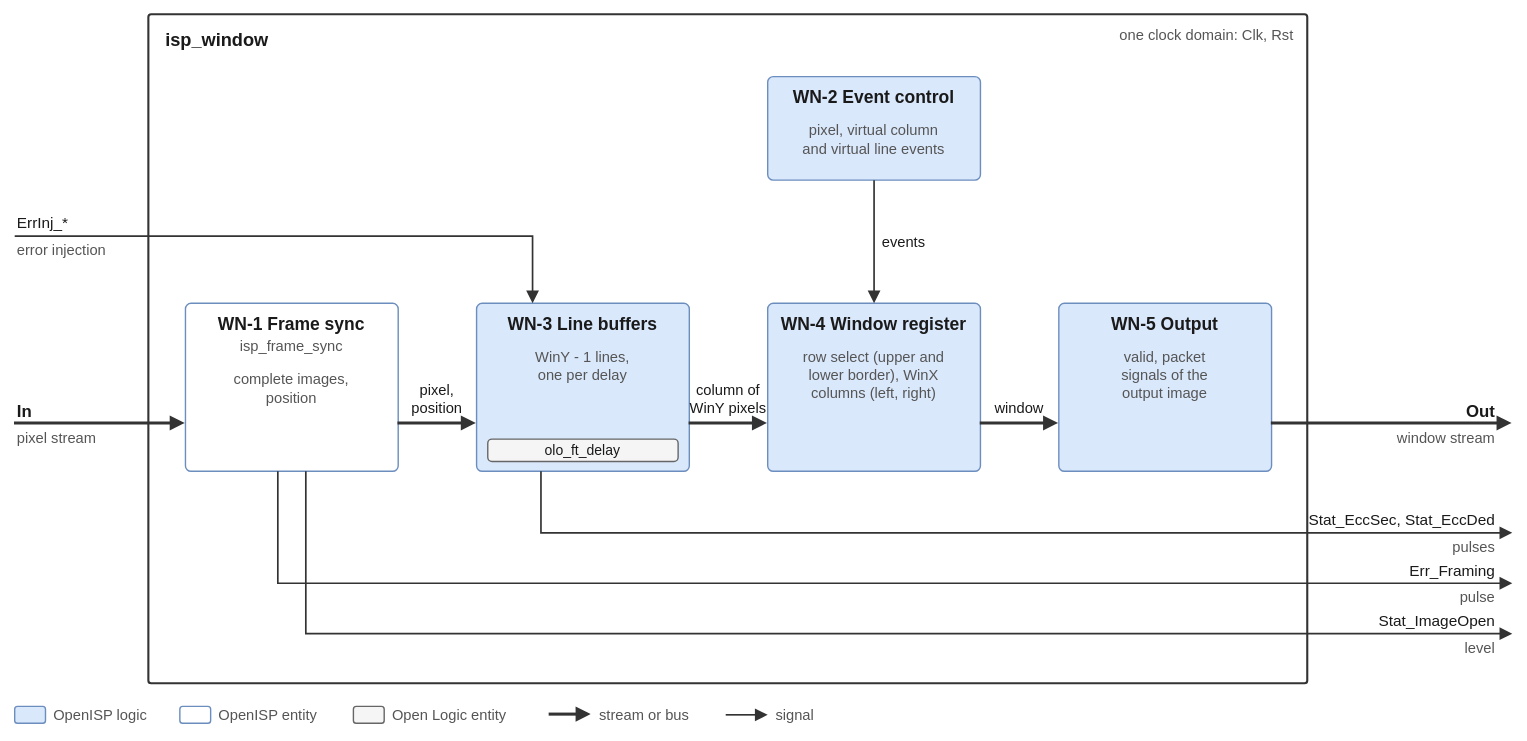
Before: hdl/isp_window/docs/img/isp_window_arch.drawio.svg, a diagram exported from draw.io (open-space-hdl/openisp). Source tidied: cells renumbered, new cells last; positions are measured from the earlier drawing's top-left corner, leaving out a move shared by most shapes.
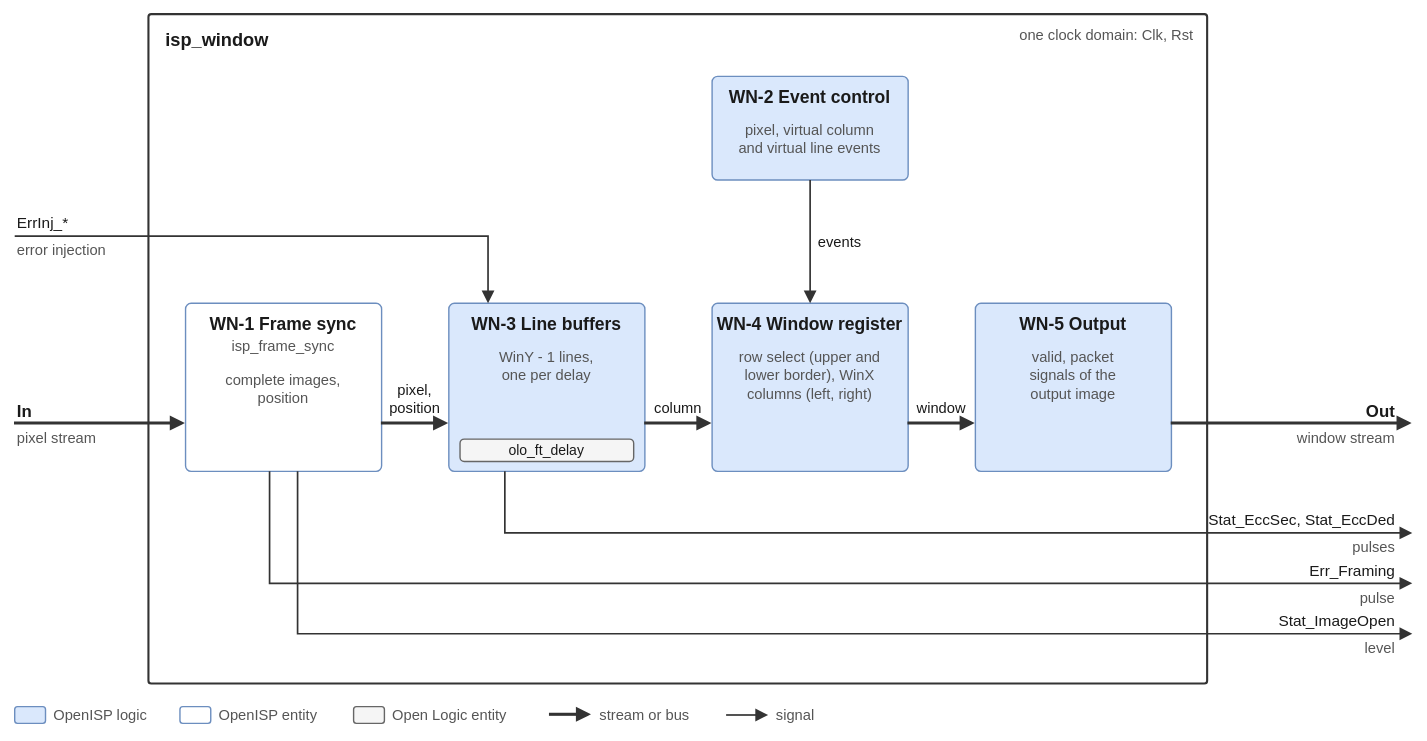
After the change.

The edit, as a diff of the source:
```diff
@@ -3,55 +3,55 @@
     <mxCell id="0" />
     <mxCell id="1" parent="0" />
     <mxCell id="2" style="rounded=0;html=0;fillColor=#ffffff;strokeColor=none;" parent="1" vertex="1">
-      <mxGeometry width="1090" height="528" as="geometry" />
+      <mxGeometry width="1018" height="528" as="geometry" />
     </mxCell>
     <mxCell id="3" value="isp_window" style="rounded=1;arcSize=4;absoluteArcSize=1;html=0;fillColor=#ffffff;strokeColor=#333333;strokeWidth=1.5;fontFamily=Helvetica;fontSize=13;fontStyle=1;fontColor=#1a1a1a;align=left;verticalAlign=top;spacingLeft=10;spacingTop=4;" parent="1" vertex="1">
-      <mxGeometry x="106" y="10" width="828" height="478" as="geometry" />
+      <mxGeometry x="106" y="10" width="756" height="478" as="geometry" />
     </mxCell>
     <mxCell id="4" value="one clock domain: Clk, Rst" style="text;html=0;fontFamily=Helvetica;fontSize=10.5;fontColor=#555555;align=right;verticalAlign=middle;fontStyle=0;spacing=0;whiteSpace=nowrap;" parent="1" vertex="1">
-      <mxGeometry x="724" y="16" width="200" height="16" as="geometry" />
+      <mxGeometry x="652" y="16" width="200" height="16" as="geometry" />
     </mxCell>
     <mxCell id="5" style="rounded=1;arcSize=8;absoluteArcSize=1;html=0;fillColor=#ffffff;strokeColor=#6c8ebf;" parent="1" vertex="1">
-      <mxGeometry x="132" y="216" width="152" height="120" as="geometry" />
+      <mxGeometry x="132" y="216" width="140" height="120" as="geometry" />
     </mxCell>
     <mxCell id="6" value="WN-1 Frame sync" style="text;html=0;fontFamily=Helvetica;fontSize=12.5;fontColor=#1a1a1a;align=center;verticalAlign=middle;fontStyle=1;spacing=0;whiteSpace=nowrap;" parent="5" vertex="1">
-      <mxGeometry y="6" width="152" height="16" as="geometry" />
+      <mxGeometry y="6" width="140" height="16" as="geometry" />
     </mxCell>
     <mxCell id="7" value="isp_frame_sync" style="text;html=0;fontFamily=Helvetica;fontSize=10.5;fontColor=#555555;align=center;verticalAlign=middle;fontStyle=0;spacing=0;whiteSpace=nowrap;" parent="5" vertex="1">
-      <mxGeometry y="23" width="152" height="14" as="geometry" />
+      <mxGeometry y="23" width="140" height="14" as="geometry" />
     </mxCell>
     <mxCell id="8" value="complete images,&#10;position" style="text;html=0;fontFamily=Helvetica;fontSize=10.5;fontColor=#555555;align=center;verticalAlign=top;fontStyle=0;spacing=0;whiteSpace=nowrap;" parent="5" vertex="1">
-      <mxGeometry y="44" width="152" height="28" as="geometry" />
+      <mxGeometry y="44" width="140" height="28" as="geometry" />
     </mxCell>
     <mxCell id="9" style="rounded=1;arcSize=8;absoluteArcSize=1;html=0;fillColor=#dae8fc;strokeColor=#6c8ebf;" parent="1" vertex="1">
-      <mxGeometry x="340" y="216" width="152" height="120" as="geometry" />
+      <mxGeometry x="320" y="216" width="140" height="120" as="geometry" />
     </mxCell>
     <mxCell id="10" value="WN-3 Line buffers" style="text;html=0;fontFamily=Helvetica;fontSize=12.5;fontColor=#1a1a1a;align=center;verticalAlign=middle;fontStyle=1;spacing=0;whiteSpace=nowrap;" parent="9" vertex="1">
-      <mxGeometry y="6" width="152" height="16" as="geometry" />
+      <mxGeometry y="6" width="140" height="16" as="geometry" />
     </mxCell>
     <mxCell id="11" value="WinY - 1 lines,&#10;one per delay" style="text;html=0;fontFamily=Helvetica;fontSize=10.5;fontColor=#555555;align=center;verticalAlign=top;fontStyle=0;spacing=0;whiteSpace=nowrap;" parent="9" vertex="1">
-      <mxGeometry y="28" width="152" height="28" as="geometry" />
+      <mxGeometry y="28" width="140" height="28" as="geometry" />
     </mxCell>
     <mxCell id="12" value="olo_ft_delay" style="rounded=1;arcSize=6;absoluteArcSize=1;html=0;fillColor=#f5f5f5;strokeColor=#666666;fontFamily=Helvetica;fontSize=10;fontColor=#1a1a1a;align=center;verticalAlign=middle;spacing=0;" parent="9" vertex="1">
-      <mxGeometry x="8" y="97" width="136" height="16" as="geometry" />
+      <mxGeometry x="8" y="97" width="124" height="16" as="geometry" />
     </mxCell>
     <mxCell id="13" style="rounded=1;arcSize=8;absoluteArcSize=1;html=0;fillColor=#dae8fc;strokeColor=#6c8ebf;" parent="1" vertex="1">
-      <mxGeometry x="548" y="216" width="152" height="120" as="geometry" />
+      <mxGeometry x="508" y="216" width="140" height="120" as="geometry" />
     </mxCell>
     <mxCell id="14" value="WN-4 Window register" style="text;html=0;fontFamily=Helvetica;fontSize=12.5;fontColor=#1a1a1a;align=center;verticalAlign=middle;fontStyle=1;spacing=0;whiteSpace=nowrap;" parent="13" vertex="1">
-      <mxGeometry y="6" width="152" height="16" as="geometry" />
+      <mxGeometry y="6" width="140" height="16" as="geometry" />
     </mxCell>
     <mxCell id="15" value="row select (upper and&#10;lower border), WinX&#10;columns (left, right)" style="text;html=0;fontFamily=Helvetica;fontSize=10.5;fontColor=#555555;align=center;verticalAlign=top;fontStyle=0;spacing=0;whiteSpace=nowrap;" parent="13" vertex="1">
-      <mxGeometry y="28" width="152" height="42" as="geometry" />
+      <mxGeometry y="28" width="140" height="42" as="geometry" />
     </mxCell>
     <mxCell id="16" style="rounded=1;arcSize=8;absoluteArcSize=1;html=0;fillColor=#dae8fc;strokeColor=#6c8ebf;" parent="1" vertex="1">
-      <mxGeometry x="756" y="216" width="152" height="120" as="geometry" />
+      <mxGeometry x="696" y="216" width="140" height="120" as="geometry" />
     </mxCell>
     <mxCell id="17" value="WN-5 Output" style="text;html=0;fontFamily=Helvetica;fontSize=12.5;fontColor=#1a1a1a;align=center;verticalAlign=middle;fontStyle=1;spacing=0;whiteSpace=nowrap;" parent="16" vertex="1">
-      <mxGeometry y="6" width="152" height="16" as="geometry" />
+      <mxGeometry y="6" width="140" height="16" as="geometry" />
     </mxCell>
     <mxCell id="18" value="valid, packet&#10;signals of the&#10;output image" style="text;html=0;fontFamily=Helvetica;fontSize=10.5;fontColor=#555555;align=center;verticalAlign=top;fontStyle=0;spacing=0;whiteSpace=nowrap;" parent="16" vertex="1">
-      <mxGeometry y="28" width="152" height="42" as="geometry" />
+      <mxGeometry y="28" width="140" height="42" as="geometry" />
     </mxCell>
     <mxCell id="19" style="html=0;rounded=0;edgeStyle=none;strokeColor=#333333;strokeWidth=2.2;endArrow=block;endFill=1;endSize=5;startArrow=none;startFill=1;startSize=5;fontFamily=Helvetica;fontSize=10.5;fontColor=#1a1a1a;labelBackgroundColor=#ffffff;entryX=0.0000;entryY=0.7167;entryDx=0;entryDy=0;entryPerimeter=0;" parent="1" edge="1" target="5">
       <mxGeometry relative="1" as="geometry">
@@ -68,51 +68,51 @@
       <mxGeometry relative="1" as="geometry" />
     </mxCell>
     <mxCell id="23" value="pixel,&#10;position" style="text;html=0;fontFamily=Helvetica;fontSize=10.5;fontColor=#1a1a1a;align=center;verticalAlign=bottom;fontStyle=0;spacing=0;whiteSpace=nowrap;" parent="1" vertex="1">
-      <mxGeometry x="285.5" y="271" width="53" height="27" as="geometry" />
+      <mxGeometry x="269.5" y="271" width="53" height="27" as="geometry" />
     </mxCell>
     <mxCell id="24" style="html=0;rounded=0;edgeStyle=none;strokeColor=#333333;strokeWidth=2.2;endArrow=block;endFill=1;endSize=5;startArrow=none;startFill=1;startSize=5;fontFamily=Helvetica;fontSize=10.5;fontColor=#1a1a1a;labelBackgroundColor=#ffffff;exitX=1.0000;exitY=0.7167;exitDx=0;exitDy=0;exitPerimeter=0;entryX=0.0000;entryY=0.7167;entryDx=0;entryDy=0;entryPerimeter=0;" parent="1" edge="1" source="9" target="13">
       <mxGeometry relative="1" as="geometry" />
     </mxCell>
-    <mxCell id="25" value="column of&#10;WinY pixels" style="text;html=0;fontFamily=Helvetica;fontSize=10.5;fontColor=#1a1a1a;align=center;verticalAlign=bottom;fontStyle=0;spacing=0;whiteSpace=nowrap;" parent="1" vertex="1">
-      <mxGeometry x="484.5" y="271" width="71" height="27" as="geometry" />
+    <mxCell id="25" value="column" style="text;html=0;fontFamily=Helvetica;fontSize=10.5;fontColor=#1a1a1a;align=center;verticalAlign=bottom;fontStyle=0;spacing=0;whiteSpace=nowrap;" parent="1" vertex="1">
+      <mxGeometry x="463.5" y="284" width="41" height="14" as="geometry" />
     </mxCell>
     <mxCell id="26" style="html=0;rounded=0;edgeStyle=none;strokeColor=#333333;strokeWidth=2.2;endArrow=block;endFill=1;endSize=5;startArrow=none;startFill=1;startSize=5;fontFamily=Helvetica;fontSize=10.5;fontColor=#1a1a1a;labelBackgroundColor=#ffffff;exitX=1.0000;exitY=0.7167;exitDx=0;exitDy=0;exitPerimeter=0;entryX=0.0000;entryY=0.7167;entryDx=0;entryDy=0;entryPerimeter=0;" parent="1" edge="1" source="13" target="16">
       <mxGeometry relative="1" as="geometry" />
     </mxCell>
     <mxCell id="27" value="window" style="text;html=0;fontFamily=Helvetica;fontSize=10.5;fontColor=#1a1a1a;align=center;verticalAlign=bottom;fontStyle=0;spacing=0;whiteSpace=nowrap;" parent="1" vertex="1">
-      <mxGeometry x="707.5" y="284" width="41" height="14" as="geometry" />
+      <mxGeometry x="651.5" y="284" width="41" height="14" as="geometry" />
     </mxCell>
     <mxCell id="28" style="html=0;rounded=0;edgeStyle=none;strokeColor=#333333;strokeWidth=2.2;endArrow=block;endFill=1;endSize=5;startArrow=none;startFill=1;startSize=5;fontFamily=Helvetica;fontSize=10.5;fontColor=#1a1a1a;labelBackgroundColor=#ffffff;exitX=1.0000;exitY=0.7167;exitDx=0;exitDy=0;exitPerimeter=0;" parent="1" edge="1" source="16">
       <mxGeometry relative="1" as="geometry">
-        <mxPoint x="1080" y="302" as="targetPoint" />
+        <mxPoint x="1008" y="302" as="targetPoint" />
       </mxGeometry>
     </mxCell>
     <mxCell id="29" value="Out" style="text;html=0;fontFamily=Helvetica;fontSize=12;fontColor=#1a1a1a;align=right;verticalAlign=middle;fontStyle=1;spacing=0;whiteSpace=nowrap;" parent="1" vertex="1">
-      <mxGeometry x="940" y="285" width="128" height="15" as="geometry" />
+      <mxGeometry x="868" y="285" width="128" height="15" as="geometry" />
     </mxCell>
     <mxCell id="30" value="window stream" style="text;html=0;fontFamily=Helvetica;fontSize=10.5;fontColor=#555555;align=right;verticalAlign=middle;fontStyle=0;spacing=0;whiteSpace=nowrap;" parent="1" vertex="1">
-      <mxGeometry x="940" y="305" width="128" height="14" as="geometry" />
+      <mxGeometry x="868" y="305" width="128" height="14" as="geometry" />
     </mxCell>
     <mxCell id="31" style="rounded=1;arcSize=8;absoluteArcSize=1;html=0;fillColor=#dae8fc;strokeColor=#6c8ebf;" parent="1" vertex="1">
-      <mxGeometry x="548" y="54" width="152" height="74" as="geometry" />
+      <mxGeometry x="508" y="54" width="140" height="74" as="geometry" />
     </mxCell>
     <mxCell id="32" value="WN-2 Event control" style="text;html=0;fontFamily=Helvetica;fontSize=12.5;fontColor=#1a1a1a;align=center;verticalAlign=middle;fontStyle=1;spacing=0;whiteSpace=nowrap;" parent="31" vertex="1">
-      <mxGeometry y="6" width="152" height="16" as="geometry" />
+      <mxGeometry y="6" width="140" height="16" as="geometry" />
     </mxCell>
     <mxCell id="33" value="pixel, virtual column&#10;and virtual line events" style="text;html=0;fontFamily=Helvetica;fontSize=10.5;fontColor=#555555;align=center;verticalAlign=top;fontStyle=0;spacing=0;whiteSpace=nowrap;" parent="31" vertex="1">
-      <mxGeometry y="28" width="152" height="28" as="geometry" />
+      <mxGeometry y="28" width="140" height="28" as="geometry" />
     </mxCell>
     <mxCell id="34" style="html=0;rounded=0;edgeStyle=none;strokeColor=#333333;strokeWidth=1.2;endArrow=block;endFill=1;endSize=6;startArrow=none;startFill=1;startSize=6;fontFamily=Helvetica;fontSize=10.5;fontColor=#1a1a1a;labelBackgroundColor=#ffffff;exitX=0.5000;exitY=1.0000;exitDx=0;exitDy=0;exitPerimeter=0;entryX=0.5000;entryY=0.0000;entryDx=0;entryDy=0;entryPerimeter=0;" parent="1" edge="1" source="31" target="13">
       <mxGeometry relative="1" as="geometry" />
     </mxCell>
     <mxCell id="35" value="events" style="text;html=0;fontFamily=Helvetica;fontSize=10.5;fontColor=#1a1a1a;align=left;verticalAlign=middle;fontStyle=0;spacing=0;whiteSpace=nowrap;" parent="1" vertex="1">
-      <mxGeometry x="630" y="165" width="41" height="14" as="geometry" />
+      <mxGeometry x="584" y="165" width="41" height="14" as="geometry" />
     </mxCell>
-    <mxCell id="36" style="html=0;rounded=0;edgeStyle=none;strokeColor=#333333;strokeWidth=1.2;endArrow=block;endFill=1;endSize=6;startArrow=none;startFill=1;startSize=6;fontFamily=Helvetica;fontSize=10.5;fontColor=#1a1a1a;labelBackgroundColor=#ffffff;entryX=0.2632;entryY=0.0000;entryDx=0;entryDy=0;entryPerimeter=0;" parent="1" edge="1" target="9">
+    <mxCell id="36" style="html=0;rounded=0;edgeStyle=none;strokeColor=#333333;strokeWidth=1.2;endArrow=block;endFill=1;endSize=6;startArrow=none;startFill=1;startSize=6;fontFamily=Helvetica;fontSize=10.5;fontColor=#1a1a1a;labelBackgroundColor=#ffffff;entryX=0.2000;entryY=0.0000;entryDx=0;entryDy=0;entryPerimeter=0;" parent="1" edge="1" target="9">
       <mxGeometry relative="1" as="geometry">
         <mxPoint x="10" y="168" as="sourcePoint" />
         <Array as="points">
-          <mxPoint x="380" y="168" />
+          <mxPoint x="348" y="168" />
         </Array>
       </mxGeometry>
     </mxCell>
@@ -122,47 +122,47 @@
     <mxCell id="38" value="error injection" style="text;html=0;fontFamily=Helvetica;fontSize=10.5;fontColor=#555555;align=left;verticalAlign=middle;fontStyle=0;spacing=0;whiteSpace=nowrap;" parent="1" vertex="1">
       <mxGeometry x="12" y="171" width="88" height="14" as="geometry" />
     </mxCell>
-    <mxCell id="39" style="html=0;rounded=0;edgeStyle=none;strokeColor=#333333;strokeWidth=1.2;endArrow=block;endFill=1;endSize=6;startArrow=none;startFill=1;startSize=6;fontFamily=Helvetica;fontSize=10.5;fontColor=#1a1a1a;labelBackgroundColor=#ffffff;exitX=0.3026;exitY=1.0000;exitDx=0;exitDy=0;exitPerimeter=0;" parent="1" edge="1" source="9">
+    <mxCell id="39" style="html=0;rounded=0;edgeStyle=none;strokeColor=#333333;strokeWidth=1.2;endArrow=block;endFill=1;endSize=6;startArrow=none;startFill=1;startSize=6;fontFamily=Helvetica;fontSize=10.5;fontColor=#1a1a1a;labelBackgroundColor=#ffffff;exitX=0.2857;exitY=1.0000;exitDx=0;exitDy=0;exitPerimeter=0;" parent="1" edge="1" source="9">
       <mxGeometry relative="1" as="geometry">
-        <mxPoint x="1080" y="380" as="targetPoint" />
+        <mxPoint x="1008" y="380" as="targetPoint" />
         <Array as="points">
-          <mxPoint x="386" y="380" />
+          <mxPoint x="360" y="380" />
         </Array>
       </mxGeometry>
     </mxCell>
     <mxCell id="40" value="Stat_EccSec, Stat_EccDed" style="text;html=0;fontFamily=Helvetica;fontSize=11;fontColor=#1a1a1a;align=right;verticalAlign=middle;fontStyle=0;spacing=0;whiteSpace=nowrap;" parent="1" vertex="1">
-      <mxGeometry x="940" y="363" width="128" height="15" as="geometry" />
+      <mxGeometry x="868" y="363" width="128" height="15" as="geometry" />
     </mxCell>
     <mxCell id="41" value="pulses" style="text;html=0;fontFamily=Helvetica;fontSize=10.5;fontColor=#555555;align=right;verticalAlign=middle;fontStyle=0;spacing=0;whiteSpace=nowrap;" parent="1" vertex="1">
-      <mxGeometry x="940" y="383" width="128" height="14" as="geometry" />
+      <mxGeometry x="868" y="383" width="128" height="14" as="geometry" />
     </mxCell>
-    <mxCell id="42" style="html=0;rounded=0;edgeStyle=none;strokeColor=#333333;strokeWidth=1.2;endArrow=block;endFill=1;endSize=6;startArrow=none;startFill=1;startSize=6;fontFamily=Helvetica;fontSize=10.5;fontColor=#1a1a1a;labelBackgroundColor=#ffffff;exitX=0.4342;exitY=1.0000;exitDx=0;exitDy=0;exitPerimeter=0;" parent="1" edge="1" source="5">
+    <mxCell id="42" style="html=0;rounded=0;edgeStyle=none;strokeColor=#333333;strokeWidth=1.2;endArrow=block;endFill=1;endSize=6;startArrow=none;startFill=1;startSize=6;fontFamily=Helvetica;fontSize=10.5;fontColor=#1a1a1a;labelBackgroundColor=#ffffff;exitX=0.4286;exitY=1.0000;exitDx=0;exitDy=0;exitPerimeter=0;" parent="1" edge="1" source="5">
       <mxGeometry relative="1" as="geometry">
-        <mxPoint x="1080" y="416" as="targetPoint" />
+        <mxPoint x="1008" y="416" as="targetPoint" />
         <Array as="points">
-          <mxPoint x="198" y="416" />
+          <mxPoint x="192" y="416" />
         </Array>
       </mxGeometry>
     </mxCell>
     <mxCell id="43" value="Err_Framing" style="text;html=0;fontFamily=Helvetica;fontSize=11;fontColor=#1a1a1a;align=right;verticalAlign=middle;fontStyle=0;spacing=0;whiteSpace=nowrap;" parent="1" vertex="1">
-      <mxGeometry x="940" y="399" width="128" height="15" as="geometry" />
+      <mxGeometry x="868" y="399" width="128" height="15" as="geometry" />
     </mxCell>
     <mxCell id="44" value="pulse" style="text;html=0;fontFamily=Helvetica;fontSize=10.5;fontColor=#555555;align=right;verticalAlign=middle;fontStyle=0;spacing=0;whiteSpace=nowrap;" parent="1" vertex="1">
-      <mxGeometry x="940" y="419" width="128" height="14" as="geometry" />
+      <mxGeometry x="868" y="419" width="128" height="14" as="geometry" />
     </mxCell>
-    <mxCell id="45" style="html=0;rounded=0;edgeStyle=none;strokeColor=#333333;strokeWidth=1.2;endArrow=block;endFill=1;endSize=6;startArrow=none;startFill=1;startSize=6;fontFamily=Helvetica;fontSize=10.5;fontColor=#1a1a1a;labelBackgroundColor=#ffffff;exitX=0.5658;exitY=1.0000;exitDx=0;exitDy=0;exitPerimeter=0;" parent="1" edge="1" source="5">
+    <mxCell id="45" style="html=0;rounded=0;edgeStyle=none;strokeColor=#333333;strokeWidth=1.2;endArrow=block;endFill=1;endSize=6;startArrow=none;startFill=1;startSize=6;fontFamily=Helvetica;fontSize=10.5;fontColor=#1a1a1a;labelBackgroundColor=#ffffff;exitX=0.5714;exitY=1.0000;exitDx=0;exitDy=0;exitPerimeter=0;" parent="1" edge="1" source="5">
       <mxGeometry relative="1" as="geometry">
-        <mxPoint x="1080" y="452" as="targetPoint" />
+        <mxPoint x="1008" y="452" as="targetPoint" />
         <Array as="points">
-          <mxPoint x="218" y="452" />
+          <mxPoint x="212" y="452" />
         </Array>
       </mxGeometry>
     </mxCell>
     <mxCell id="46" value="Stat_ImageOpen" style="text;html=0;fontFamily=Helvetica;fontSize=11;fontColor=#1a1a1a;align=right;verticalAlign=middle;fontStyle=0;spacing=0;whiteSpace=nowrap;" parent="1" vertex="1">
-      <mxGeometry x="940" y="435" width="128" height="15" as="geometry" />
+      <mxGeometry x="868" y="435" width="128" height="15" as="geometry" />
     </mxCell>
     <mxCell id="47" value="level" style="text;html=0;fontFamily=Helvetica;fontSize=10.5;fontColor=#555555;align=right;verticalAlign=middle;fontStyle=0;spacing=0;whiteSpace=nowrap;" parent="1" vertex="1">
-      <mxGeometry x="940" y="455" width="128" height="14" as="geometry" />
+      <mxGeometry x="868" y="455" width="128" height="14" as="geometry" />
     </mxCell>
     <mxCell id="48" style="rounded=1;arcSize=4;absoluteArcSize=1;html=0;fillColor=#dae8fc;strokeColor=#6c8ebf;" parent="1" vertex="1">
       <mxGeometry x="10" y="504" width="22" height="12" as="geometry" />
```
